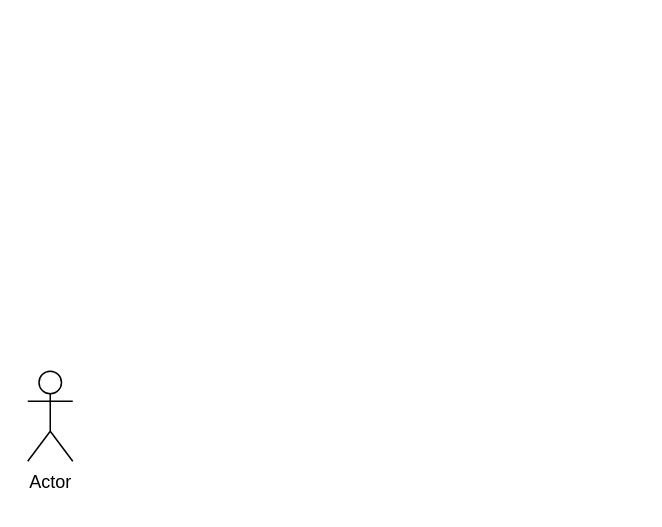
This is code.drawio from threewebcode/mystack, a draw.io file, before an edit. Source tidied: cells renumbered, new cells numbered last; positions are measured from the earlier drawing's top-left corner, leaving out a move shared by most shapes. Both pictures are drawn from the tidied source at 150%, with x=0, y=0 at pixel (27, 370).
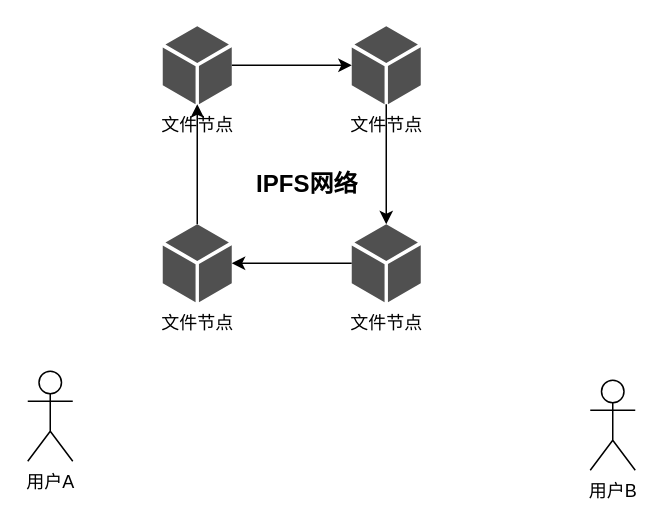
Above is the later version.

What changed in the source:
```diff
@@
 <mxGraphModel>
   <root>
     <mxCell id="0" />
     <mxCell id="1" parent="0" />
-    <mxCell id="2" value="Actor" style="shape=umlActor;verticalLabelPosition=bottom;verticalAlign=top;html=1;" parent="1" vertex="1">
+    <mxCell id="2" value="用户A" style="shape=umlActor;verticalLabelPosition=bottom;verticalAlign=top;html=1;" parent="1" vertex="1">
       <mxGeometry width="30" height="60" as="geometry" />
     </mxCell>
+    <mxCell id="3" value="用户B" style="shape=umlActor;verticalLabelPosition=bottom;verticalAlign=top;html=1;" parent="1" vertex="1">
+      <mxGeometry x="375" y="6" width="30" height="60" as="geometry" />
+    </mxCell>
+    <mxCell id="4" style="edgeStyle=orthogonalEdgeStyle;rounded=0;jettySize=auto;html=1;" parent="1" edge="1" source="5" target="7">
+      <mxGeometry relative="1" as="geometry" />
+    </mxCell>
+    <mxCell id="5" value="文件节点" style="sketch=0;shadow=0;dashed=0;html=1;strokeColor=none;fillColor=#505050;labelPosition=center;verticalLabelPosition=bottom;verticalAlign=top;outlineConnect=0;align=center;shape=mxgraph.office.concepts.node_generic;" parent="1" vertex="1">
+      <mxGeometry x="90" y="-230" width="46" height="52" as="geometry" />
+    </mxCell>
+    <mxCell id="6" style="edgeStyle=orthogonalEdgeStyle;rounded=0;jettySize=auto;html=1;" parent="1" edge="1" source="7" target="9">
+      <mxGeometry relative="1" as="geometry" />
+    </mxCell>
+    <mxCell id="7" value="文件节点" style="sketch=0;shadow=0;dashed=0;html=1;strokeColor=none;fillColor=#505050;labelPosition=center;verticalLabelPosition=bottom;verticalAlign=top;outlineConnect=0;align=center;shape=mxgraph.office.concepts.node_generic;" parent="1" vertex="1">
+      <mxGeometry x="216" y="-230" width="46" height="52" as="geometry" />
+    </mxCell>
+    <mxCell id="8" style="edgeStyle=orthogonalEdgeStyle;rounded=0;jettySize=auto;html=1;" parent="1" edge="1" source="9" target="11">
+      <mxGeometry relative="1" as="geometry" />
+    </mxCell>
+    <mxCell id="9" value="文件节点" style="sketch=0;shadow=0;dashed=0;html=1;strokeColor=none;fillColor=#505050;labelPosition=center;verticalLabelPosition=bottom;verticalAlign=top;outlineConnect=0;align=center;shape=mxgraph.office.concepts.node_generic;" parent="1" vertex="1">
+      <mxGeometry x="216" y="-98" width="46" height="52" as="geometry" />
+    </mxCell>
+    <mxCell id="10" style="edgeStyle=orthogonalEdgeStyle;rounded=0;jettySize=auto;html=1;" parent="1" edge="1" source="11" target="5">
+      <mxGeometry relative="1" as="geometry" />
+    </mxCell>
+    <mxCell id="11" value="文件节点" style="sketch=0;shadow=0;dashed=0;html=1;strokeColor=none;fillColor=#505050;labelPosition=center;verticalLabelPosition=bottom;verticalAlign=top;outlineConnect=0;align=center;shape=mxgraph.office.concepts.node_generic;" parent="1" vertex="1">
+      <mxGeometry x="90" y="-98" width="46" height="52" as="geometry" />
+    </mxCell>
+    <mxCell id="12" value="IPFS网络" style="text;html=1;align=center;verticalAlign=middle;strokeColor=none;fillColor=none;fontStyle=1;fontSize=16;" parent="1" vertex="1">
+      <mxGeometry x="136" y="-140" width="100" height="30" as="geometry" />
+    </mxCell>
   </root>
 </mxGraphModel>
```
